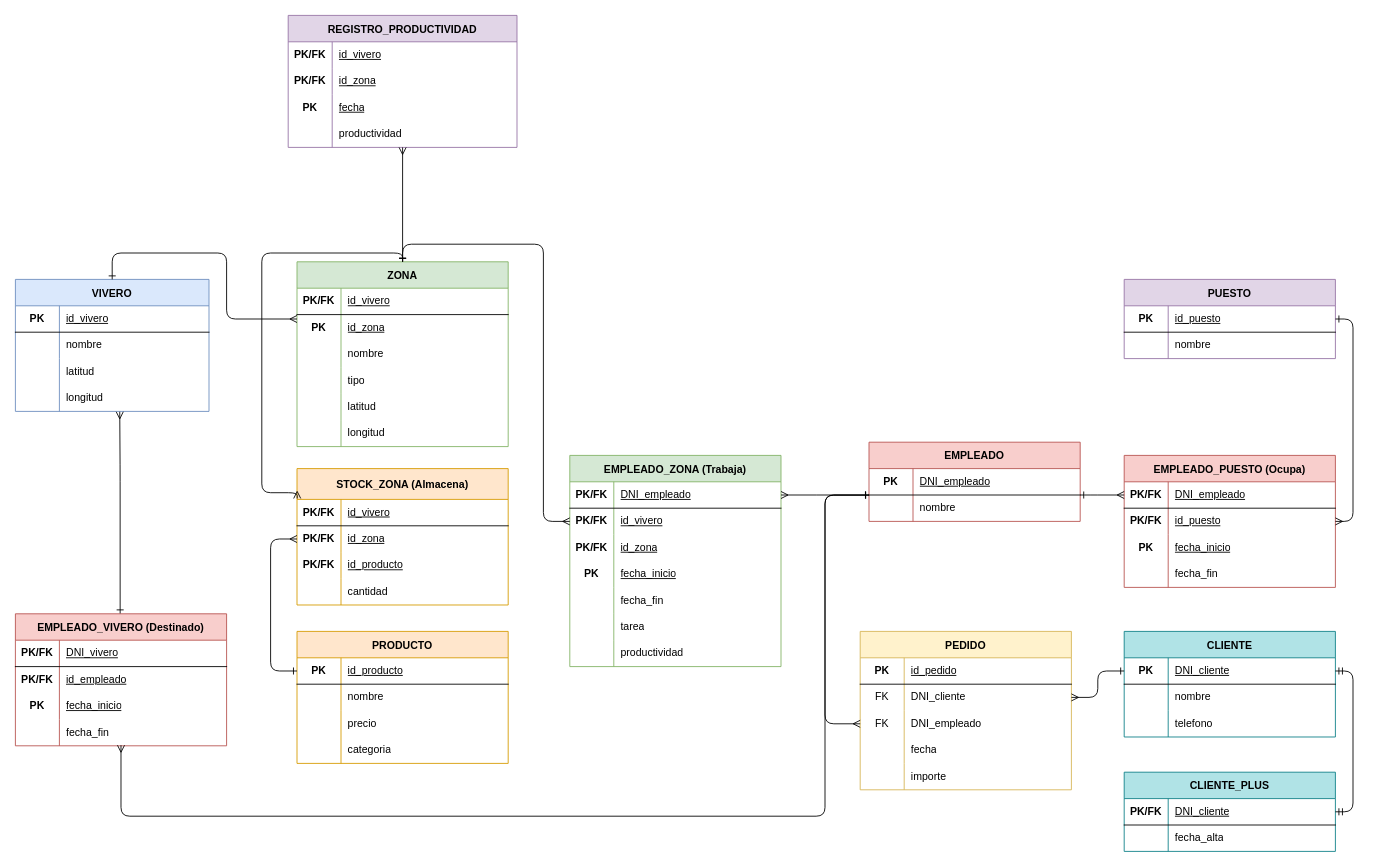
Earlier version of the draw.io diagram Modelo relacional.drawio (alu0101539669/Modelo-relacional.-Viveros). Source tidied: cells renumbered, new cells numbered last; positions are measured from the earlier drawing's top-left corner, leaving out a move shared by most shapes. Both pictures are drawn from the tidied source at 88%, with x=0, y=0 at pixel (15, 15).
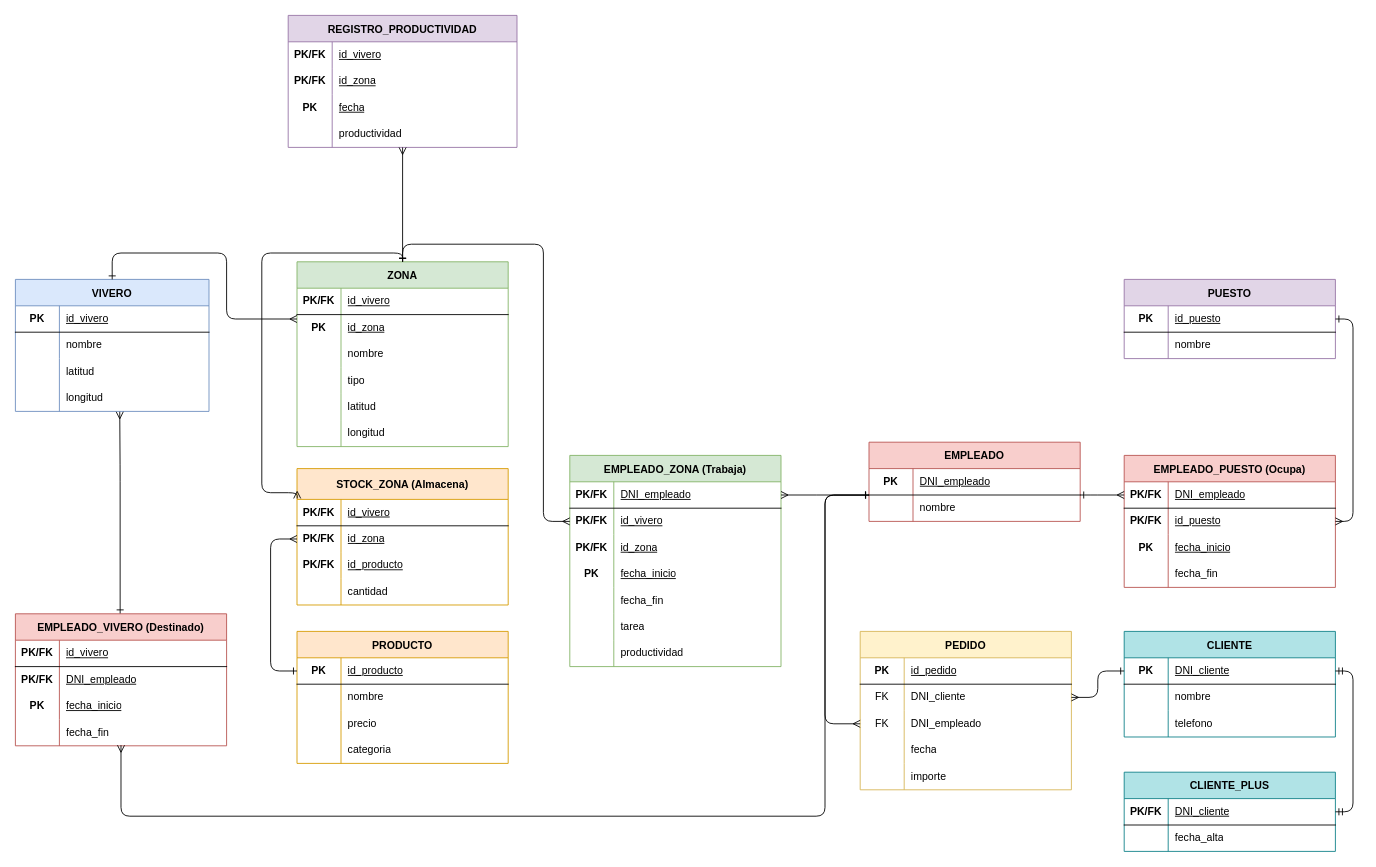
Above is the later version.

Unchanged cells that the change refers to:
```xml
<mxCell id="167" style="shape=tableRow;horizontal=0;startSize=0;swimlaneHead=0;swimlaneBody=0;fillColor=none;top=0;left=0;right=0;bottom=1;" parent="166" vertex="1">
  <mxGeometry y="30" width="240" height="30" as="geometry" />
</mxCell>
<mxCell id="170" style="shape=tableRow;horizontal=0;startSize=0;swimlaneHead=0;swimlaneBody=0;fillColor=none;top=0;left=0;right=0;bottom=0;" parent="166" vertex="1">
  <mxGeometry y="60" width="240" height="30" as="geometry" />
</mxCell>
```

What changed in the source:
```diff
@@
-    <mxCell id="169" value="DNI_vivero" style="shape=partialRectangle;fillColor=none;top=0;left=0;bottom=0;right=0;align=left;spacingLeft=6;fontStyle=4;overflow=hidden;whiteSpace=wrap;html=1;" parent="167" vertex="1">
+    <mxCell id="169" value="id_vivero" style="shape=partialRectangle;fillColor=none;top=0;left=0;bottom=0;right=0;align=left;spacingLeft=6;fontStyle=4;overflow=hidden;whiteSpace=wrap;html=1;" parent="167" vertex="1">
       <mxGeometry x="50" width="190" height="30" as="geometry" />
     </mxCell>
@@
-    <mxCell id="172" value="id_empleado" style="shape=partialRectangle;fillColor=none;top=0;left=0;bottom=0;right=0;align=left;spacingLeft=6;fontStyle=4;overflow=hidden;whiteSpace=wrap;html=1;" parent="170" vertex="1">
+    <mxCell id="172" value="DNI_empleado" style="shape=partialRectangle;fillColor=none;top=0;left=0;bottom=0;right=0;align=left;spacingLeft=6;fontStyle=4;overflow=hidden;whiteSpace=wrap;html=1;" parent="170" vertex="1">
       <mxGeometry x="50" width="190" height="30" as="geometry" />
     </mxCell>
```
